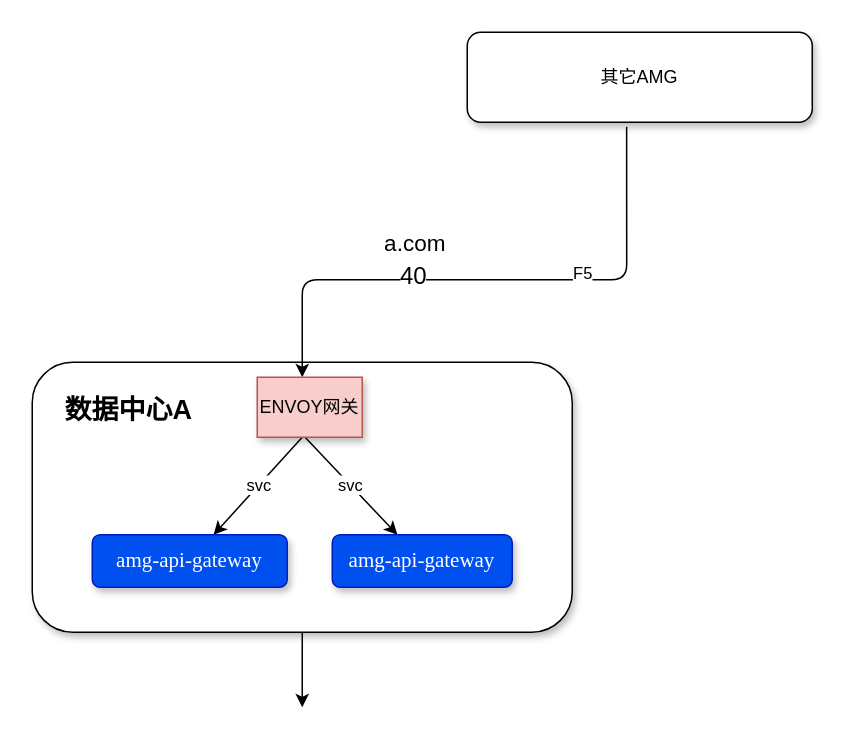
Above: page "CMG-AMG交互流程" (5 of 9) of 智慧中台AMG.drawio in qymmdj/draw-io (draw.io), before the change. Source tidied: cells renumbered, new cells numbered last; positions are measured from the earlier drawing's top-left corner, leaving out a move shared by most shapes. Both pictures are drawn from the tidied source at 150%, with x=0, y=0 at pixel (32, 32).
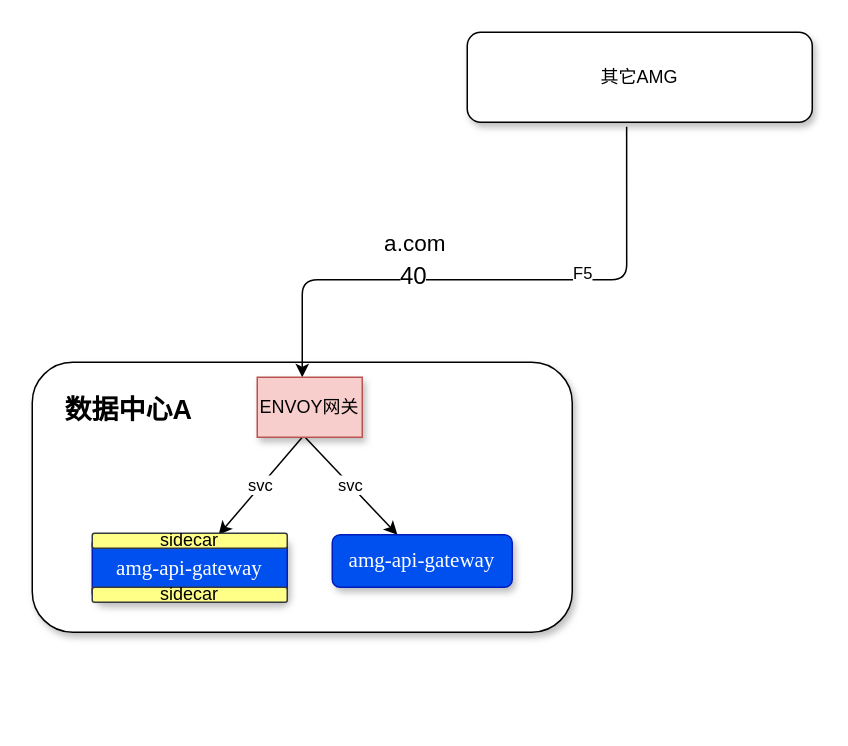
Above is the later version.

Diff of the diagram source:
```diff
@@
 <mxGraphModel>
   <root>
     <mxCell id="0" />
     <mxCell id="1" parent="0" />
     <mxCell id="2" value="&lt;h2&gt;&amp;nbsp; &amp;nbsp; 数据中心A&lt;/h2&gt;" style="rounded=1;whiteSpace=wrap;html=1;verticalAlign=top;shadow=1;align=left;" parent="1" vertex="1">
       <mxGeometry y="220" width="360" height="180" as="geometry" />
     </mxCell>
-    <mxCell id="3" style="edgeStyle=orthogonalEdgeStyle;rounded=0;jettySize=auto;html=1;" parent="1" edge="1" source="2">
-      <mxGeometry relative="1" as="geometry">
-        <mxPoint x="180" y="450" as="targetPoint" />
-      </mxGeometry>
-    </mxCell>
     <mxCell id="4" value="&lt;font style=&quot;font-size: 15px&quot;&gt;a.com&lt;/font&gt;" style="edgeStyle=orthogonalEdgeStyle;rounded=1;jettySize=auto;html=1;endArrow=none;endFill=0;startArrow=classic;startFill=1;entryX=0.462;entryY=1.05;entryDx=0;entryDy=0;entryPerimeter=0;labelBorderColor=none;jumpStyle=none;" parent="1" edge="1" source="12" target="11">
       <mxGeometry x="-0.27" y="25" relative="1" as="geometry">
         <Array as="points">
           <mxPoint x="180" y="165" />
           <mxPoint x="396" y="165" />
         </Array>
       </mxGeometry>
     </mxCell>
     <mxCell id="5" value="40" style="edgeLabel;html=1;align=center;verticalAlign=middle;fontSize=16;" parent="4" vertex="1">
       <mxGeometry x="-0.28" y="4" relative="1" as="geometry" />
     </mxCell>
     <mxCell id="6" value="F5" style="edgeLabel;html=1;align=center;verticalAlign=middle;" parent="4" vertex="1">
       <mxGeometry x="0.31" y="-3" relative="1" as="geometry">
         <mxPoint y="-8" as="offset" />
       </mxGeometry>
     </mxCell>
     <mxCell id="7" value="svc" style="rounded=0;jettySize=auto;html=1;startArrow=classic;startFill=1;endArrow=none;endFill=0;" parent="1" edge="1" source="8">
       <mxGeometry relative="1" as="geometry">
         <mxPoint x="180" y="270" as="targetPoint" />
       </mxGeometry>
     </mxCell>
     <mxCell id="8" value="&lt;span style=&quot;font-family: &amp;#34;times new roman&amp;#34; ; font-size: 14px&quot;&gt;amg-api-gateway&lt;/span&gt;" style="rounded=1;whiteSpace=wrap;html=1;shadow=1;fillColor=#0050ef;strokeColor=#001DBC;fontColor=#ffffff;" parent="1" vertex="1">
-      <mxGeometry x="40" y="335" width="130" height="35" as="geometry" />
+      <mxGeometry x="40" y="335" width="130" height="45" as="geometry" />
     </mxCell>
     <mxCell id="9" value="svc" style="edgeStyle=none;rounded=0;jettySize=auto;html=1;startArrow=classic;startFill=1;endArrow=none;endFill=0;" parent="1" edge="1" source="10">
       <mxGeometry relative="1" as="geometry">
         <mxPoint x="180" y="268" as="targetPoint" />
       </mxGeometry>
     </mxCell>
     <mxCell id="10" value="&lt;span style=&quot;font-family: &amp;#34;times new roman&amp;#34; ; font-size: 14px&quot;&gt;amg-api-gateway&lt;/span&gt;" style="rounded=1;whiteSpace=wrap;html=1;shadow=1;fillColor=#0050ef;strokeColor=#001DBC;fontColor=#ffffff;" parent="1" vertex="1">
       <mxGeometry x="200" y="335" width="120" height="35" as="geometry" />
     </mxCell>
     <mxCell id="11" value="其它AMG" style="rounded=1;whiteSpace=wrap;html=1;shadow=1;verticalAlign=middle;" parent="1" vertex="1">
       <mxGeometry x="290" width="230" height="60" as="geometry" />
     </mxCell>
     <mxCell id="12" value="ENVOY网关" style="rounded=0;whiteSpace=wrap;html=1;shadow=1;fillColor=#f8cecc;strokeColor=#b85450;" parent="1" vertex="1">
       <mxGeometry x="150" y="230" width="70" height="40" as="geometry" />
     </mxCell>
+    <mxCell id="13" value="sidecar" style="rounded=1;whiteSpace=wrap;html=1;shadow=0;fillColor=#ffff88;strokeColor=#36393d;" parent="1" vertex="1">
+      <mxGeometry x="40" y="334" width="130" height="10" as="geometry" />
+    </mxCell>
+    <mxCell id="14" value="sidecar" style="rounded=1;whiteSpace=wrap;html=1;shadow=0;fillColor=#ffff88;strokeColor=#36393d;" parent="1" vertex="1">
+      <mxGeometry x="40" y="370" width="130" height="10" as="geometry" />
+    </mxCell>
   </root>
 </mxGraphModel>
```
